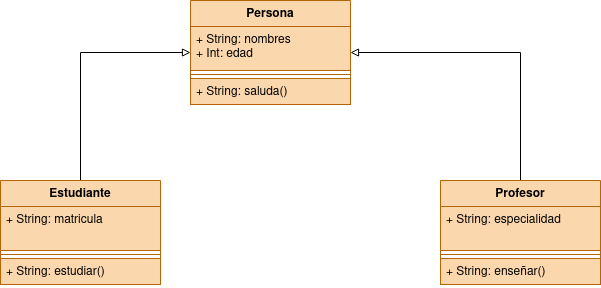
Before: Diagrama sin título.png, a diagram exported from draw.io (alejandrosalazargonzalez/gestion-academica). Source tidied: cells renumbered, new cells last; positions are measured from the earlier drawing's top-left corner, leaving out a move shared by most shapes.
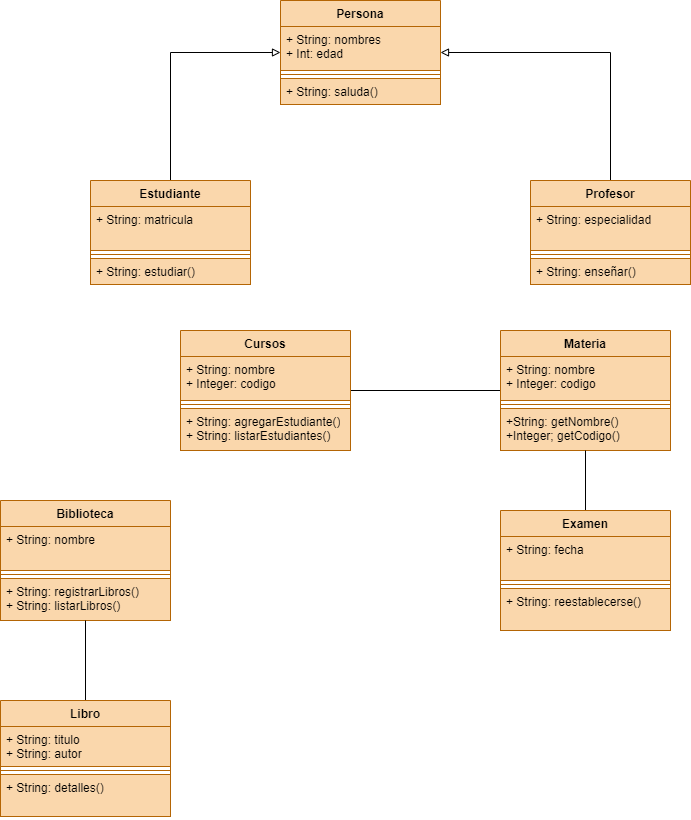
Later version of the same file.

Diff of the diagram source:
```diff
@@ -52,5 +52,74 @@
     <mxCell id="15" value="+ String: enseñar()" style="text;strokeColor=#b46504;fillColor=#fad7ac;align=left;verticalAlign=top;spacingLeft=4;spacingRight=4;overflow=hidden;whiteSpace=wrap;html=1;" parent="12" vertex="1">
       <mxGeometry y="78" width="160" height="26" as="geometry" />
     </mxCell>
+    <mxCell id="16" style="edgeStyle=orthogonalEdgeStyle;rounded=0;jettySize=auto;html=1;endArrow=none;endFill=0;" parent="1" edge="1" source="17" target="21">
+      <mxGeometry relative="1" as="geometry" />
+    </mxCell>
+    <mxCell id="17" value="Cursos" style="swimlane;fontStyle=1;align=center;verticalAlign=top;horizontal=1;startSize=26;whiteSpace=wrap;html=1;fillColor=#fad7ac;strokeColor=#b46504;" parent="1" vertex="1">
+      <mxGeometry x="90" y="330" width="170" height="120" as="geometry" />
+    </mxCell>
+    <mxCell id="18" value="&lt;div&gt;+ String: nombre&lt;br&gt;&lt;/div&gt;&lt;div&gt;+ Integer: codigo&lt;/div&gt;" style="text;strokeColor=#b46504;fillColor=#fad7ac;align=left;verticalAlign=top;spacingLeft=4;spacingRight=4;overflow=hidden;whiteSpace=wrap;html=1;" parent="17" vertex="1">
+      <mxGeometry y="26" width="170" height="44" as="geometry" />
+    </mxCell>
+    <mxCell id="19" style="line;strokeWidth=1;fillColor=#fad7ac;align=left;verticalAlign=middle;spacingTop=-1;spacingLeft=3;spacingRight=3;labelPosition=right;strokeColor=#b46504;" parent="17" vertex="1">
+      <mxGeometry y="70" width="170" height="8" as="geometry" />
+    </mxCell>
+    <mxCell id="20" value="+ String: agregarEstudiante()&lt;div&gt;+ String: listarEstudiantes()&lt;/div&gt;" style="text;strokeColor=#b46504;fillColor=#fad7ac;align=left;verticalAlign=top;spacingLeft=4;spacingRight=4;overflow=hidden;whiteSpace=wrap;html=1;" parent="17" vertex="1">
+      <mxGeometry y="78" width="170" height="42" as="geometry" />
+    </mxCell>
+    <mxCell id="21" value="Materia" style="swimlane;fontStyle=1;align=center;verticalAlign=top;horizontal=1;startSize=26;whiteSpace=wrap;html=1;fillColor=#fad7ac;strokeColor=#b46504;" parent="1" vertex="1">
+      <mxGeometry x="410" y="330" width="170" height="120" as="geometry" />
+    </mxCell>
+    <mxCell id="22" value="&lt;div&gt;+ String: nombre&lt;br&gt;&lt;/div&gt;&lt;div&gt;+ Integer: codigo&lt;/div&gt;" style="text;strokeColor=#b46504;fillColor=#fad7ac;align=left;verticalAlign=top;spacingLeft=4;spacingRight=4;overflow=hidden;whiteSpace=wrap;html=1;" parent="21" vertex="1">
+      <mxGeometry y="26" width="170" height="44" as="geometry" />
+    </mxCell>
+    <mxCell id="23" style="line;strokeWidth=1;fillColor=#fad7ac;align=left;verticalAlign=middle;spacingTop=-1;spacingLeft=3;spacingRight=3;labelPosition=right;strokeColor=#b46504;" parent="21" vertex="1">
+      <mxGeometry y="70" width="170" height="8" as="geometry" />
+    </mxCell>
+    <mxCell id="24" value="+String: getNombre()&lt;div&gt;+Integer; getCodigo()&lt;/div&gt;" style="text;strokeColor=#b46504;fillColor=#fad7ac;align=left;verticalAlign=top;spacingLeft=4;spacingRight=4;overflow=hidden;whiteSpace=wrap;html=1;" parent="21" vertex="1">
+      <mxGeometry y="78" width="170" height="42" as="geometry" />
+    </mxCell>
+    <mxCell id="25" style="edgeStyle=orthogonalEdgeStyle;rounded=0;jettySize=auto;html=1;endArrow=none;endFill=0;" parent="1" edge="1" source="26" target="21">
+      <mxGeometry relative="1" as="geometry" />
+    </mxCell>
+    <mxCell id="26" value="Examen" style="swimlane;fontStyle=1;align=center;verticalAlign=top;horizontal=1;startSize=26;whiteSpace=wrap;html=1;fillColor=#fad7ac;strokeColor=#b46504;" parent="1" vertex="1">
+      <mxGeometry x="410" y="510" width="170" height="120" as="geometry" />
+    </mxCell>
+    <mxCell id="27" value="&lt;div&gt;+ String: fecha&lt;/div&gt;" style="text;strokeColor=#b46504;fillColor=#fad7ac;align=left;verticalAlign=top;spacingLeft=4;spacingRight=4;overflow=hidden;whiteSpace=wrap;html=1;" parent="26" vertex="1">
+      <mxGeometry y="26" width="170" height="44" as="geometry" />
+    </mxCell>
+    <mxCell id="28" style="line;strokeWidth=1;fillColor=#fad7ac;align=left;verticalAlign=middle;spacingTop=-1;spacingLeft=3;spacingRight=3;labelPosition=right;strokeColor=#b46504;" parent="26" vertex="1">
+      <mxGeometry y="70" width="170" height="8" as="geometry" />
+    </mxCell>
+    <mxCell id="29" value="+ String: reestablecerse()" style="text;strokeColor=#b46504;fillColor=#fad7ac;align=left;verticalAlign=top;spacingLeft=4;spacingRight=4;overflow=hidden;whiteSpace=wrap;html=1;" parent="26" vertex="1">
+      <mxGeometry y="78" width="170" height="42" as="geometry" />
+    </mxCell>
+    <mxCell id="30" value="Biblioteca" style="swimlane;fontStyle=1;align=center;verticalAlign=top;horizontal=1;startSize=26;whiteSpace=wrap;html=1;fillColor=#fad7ac;strokeColor=#b46504;" parent="1" vertex="1">
+      <mxGeometry x="-90" y="500" width="170" height="120" as="geometry" />
+    </mxCell>
+    <mxCell id="31" value="&lt;div&gt;+ String: nombre&lt;/div&gt;" style="text;strokeColor=#b46504;fillColor=#fad7ac;align=left;verticalAlign=top;spacingLeft=4;spacingRight=4;overflow=hidden;whiteSpace=wrap;html=1;" parent="30" vertex="1">
+      <mxGeometry y="26" width="170" height="44" as="geometry" />
+    </mxCell>
+    <mxCell id="32" style="line;strokeWidth=1;fillColor=#fad7ac;align=left;verticalAlign=middle;spacingTop=-1;spacingLeft=3;spacingRight=3;labelPosition=right;strokeColor=#b46504;" parent="30" vertex="1">
+      <mxGeometry y="70" width="170" height="8" as="geometry" />
+    </mxCell>
+    <mxCell id="33" value="+ String: registrarLibros()&lt;div&gt;+ String: listarLibros()&lt;/div&gt;" style="text;strokeColor=#b46504;fillColor=#fad7ac;align=left;verticalAlign=top;spacingLeft=4;spacingRight=4;overflow=hidden;whiteSpace=wrap;html=1;" parent="30" vertex="1">
+      <mxGeometry y="78" width="170" height="42" as="geometry" />
+    </mxCell>
+    <mxCell id="34" style="edgeStyle=orthogonalEdgeStyle;rounded=0;jettySize=auto;html=1;endArrow=none;endFill=0;" parent="1" edge="1" source="35" target="30">
+      <mxGeometry relative="1" as="geometry" />
+    </mxCell>
+    <mxCell id="35" value="Libro" style="swimlane;fontStyle=1;align=center;verticalAlign=top;horizontal=1;startSize=26;whiteSpace=wrap;html=1;fillColor=#fad7ac;strokeColor=#b46504;" parent="1" vertex="1">
+      <mxGeometry x="-90" y="700" width="170" height="116" as="geometry" />
+    </mxCell>
+    <mxCell id="36" value="&lt;div&gt;+ String: titulo&lt;br&gt;&lt;/div&gt;&lt;div&gt;+ String: autor&lt;/div&gt;" style="text;strokeColor=#b46504;fillColor=#fad7ac;align=left;verticalAlign=top;spacingLeft=4;spacingRight=4;overflow=hidden;whiteSpace=wrap;html=1;" parent="35" vertex="1">
+      <mxGeometry y="26" width="170" height="40" as="geometry" />
+    </mxCell>
+    <mxCell id="37" style="line;strokeWidth=1;fillColor=#fad7ac;align=left;verticalAlign=middle;spacingTop=-1;spacingLeft=3;spacingRight=3;labelPosition=right;strokeColor=#b46504;" parent="35" vertex="1">
+      <mxGeometry y="66" width="170" height="8" as="geometry" />
+    </mxCell>
+    <mxCell id="38" value="+ String: detalles()" style="text;strokeColor=#b46504;fillColor=#fad7ac;align=left;verticalAlign=top;spacingLeft=4;spacingRight=4;overflow=hidden;whiteSpace=wrap;html=1;" parent="35" vertex="1">
+      <mxGeometry y="74" width="170" height="42" as="geometry" />
+    </mxCell>
   </root>
 </mxGraphModel>
```
